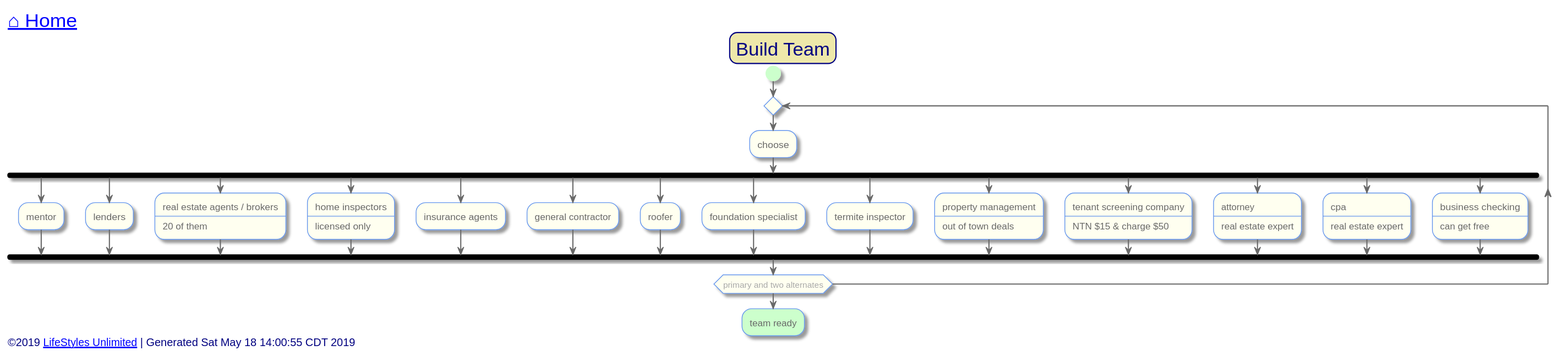
Above: out/src/single-family/team-building.svg in toddmo/lifestylesunlimited (PlantUML), before the change.
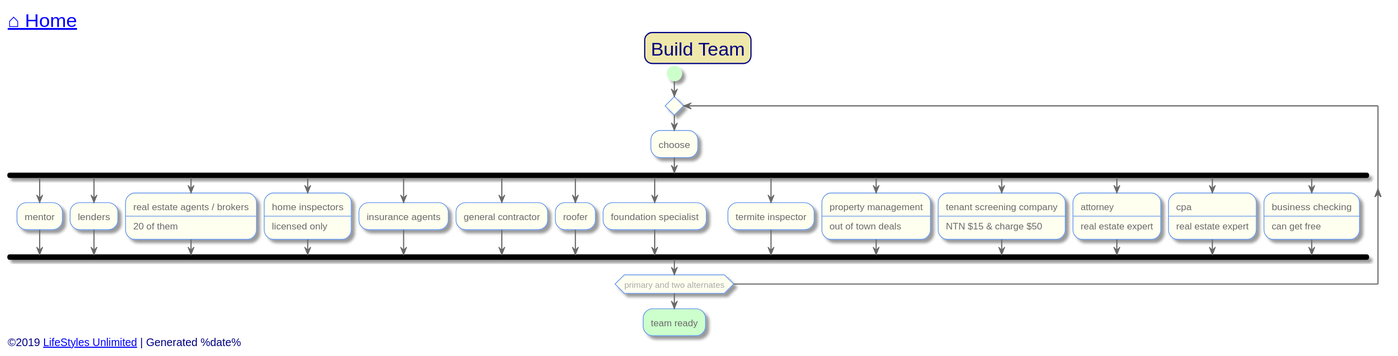
After the change.

What changed in the source:
```diff
@@ -136,7 +136,7 @@
 
 
 left footer
-	<font size=14>©2019 [[http://www.lifestylesunlimited.com LifeStyles Unlimited]] | Generated Sat May 18 14:00:55 CDT 2019</font>
+	<font size=14>©2019 [[http://www.lifestylesunlimited.com LifeStyles Unlimited]] | Generated %date%</font>
 endfooter
 
 
```
